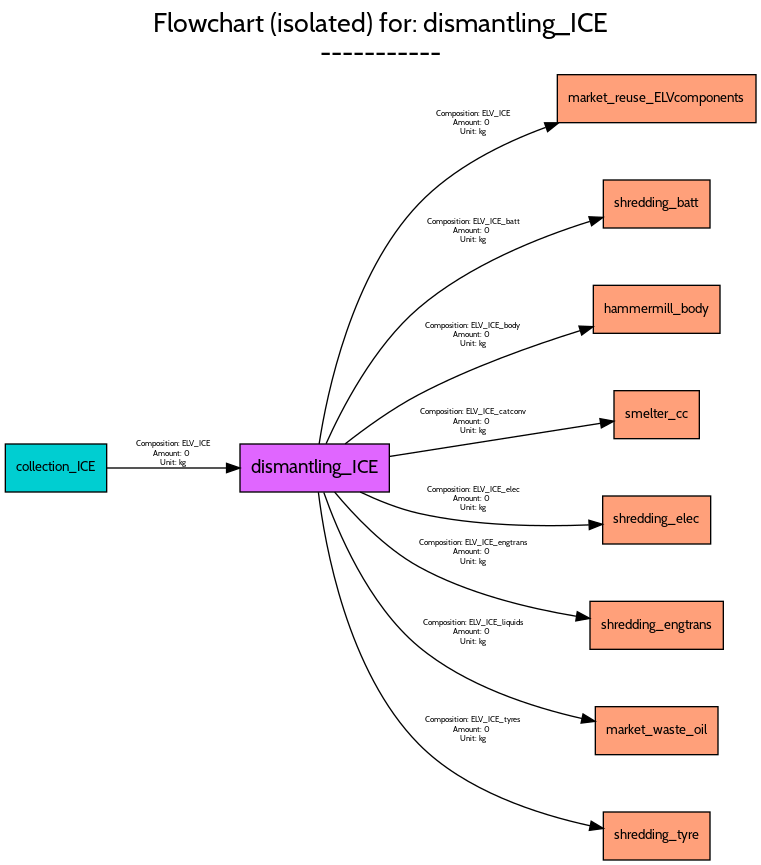
Earlier version of the Graphviz export src/examples/ELV/figures/flowcharts/processes/png/dismantling_ICE.png (FutuRaM-Project/Recovery-Model). Its source is kept beside it as src/examples/ELV/figures/flowcharts/processes/dot/dismantling_ICE.dot.
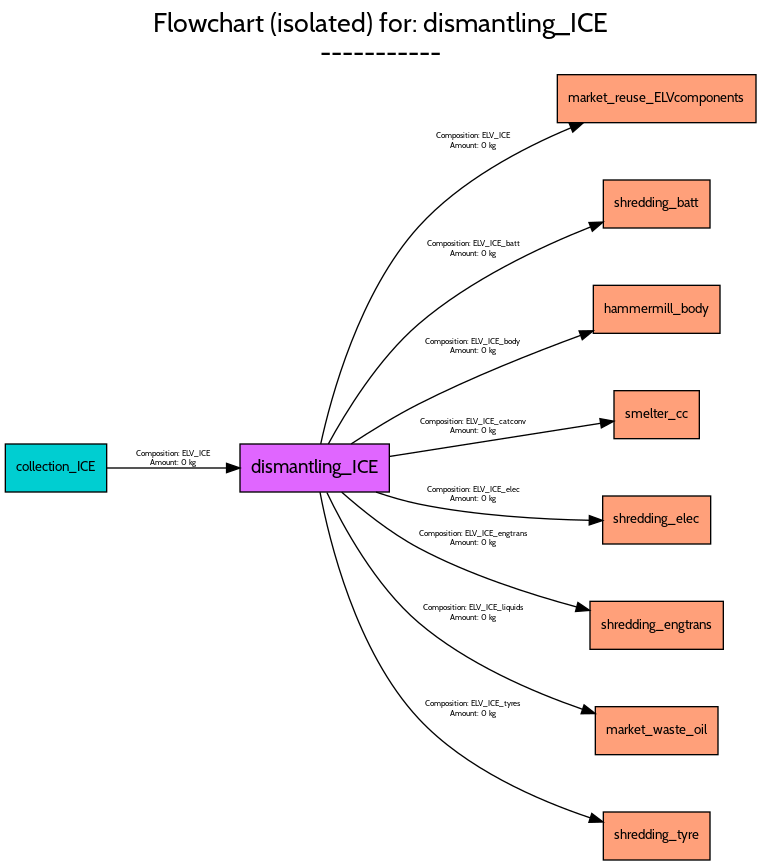
Above is the later version.

The edit, as a diff of the source:
```diff
@@ -35,10 +35,9 @@
 		fontname=Cabin,
 		fontsize=6,
 		label="Composition: ELV_ICE
-Amount: 0
-Unit: kg",
-		lp="351,552.5",
-		pos="e,414.97,552.91 235.35,312.03 241.2,350.06 259.74,439.27 310,492 335.63,518.89 372.06,537.26 405.25,549.47"];
+Amount: 0 kg",
+		lp="351,539",
+		pos="e,433.53,552.94 236.54,312.07 244.24,347.27 265.53,425.89 310,475 340.89,509.12 386.82,533.5 424.22,549.15"];
 	shredding_batt	[fillcolor=lightsalmon1,
 		fontname=Cabin,
 		fontsize=10,
@@ -51,10 +50,9 @@
 		fontname=Cabin,
 		fontsize=6,
 		label="Composition: ELV_ICE_batt
-Amount: 0
-Unit: kg",
-		lp="351,471.5",
-		pos="e,448.25,481.97 240.57,312.23 252.09,338.01 276.32,385.21 310,414 347.47,446.02 400.14,466.93 438.37,478.96"];
+Amount: 0 kg",
+		lp="351,458",
+		pos="e,448.3,478.46 242.29,312.1 254.97,335.37 279.62,375.87 310,402 348.4,435.02 401.01,459.74 438.98,474.83"];
 	hammermill_body	[fillcolor=lightsalmon1,
 		fontname=Cabin,
 		fontsize=10,
@@ -67,10 +65,9 @@
 		fontname=Cabin,
 		fontsize=6,
 		label="Composition: ELV_ICE_body
-Amount: 0
-Unit: kg",
-		lp="351,393.5",
-		pos="e,440.81,400.01 254.85,312.08 269.72,323.75 290.22,338.62 310,349 348.71,369.31 395.3,385.84 431.03,397.01"];
+Amount: 0 kg",
+		lp="351,385",
+		pos="e,440.92,396.93 259.41,312.08 273.97,321.63 292.58,333.17 310,342 349.38,361.95 395.75,380.33 431.21,393.39"];
 	smelter_cc	[fillcolor=lightsalmon1,
 		fontname=Cabin,
 		fontsize=10,
@@ -83,9 +80,8 @@
 		fontname=Cabin,
 		fontsize=6,
 		label="Composition: ELV_ICE_catconv
-Amount: 0
-Unit: kg",
-		lp="351,328.5",
+Amount: 0 kg",
+		lp="351,325",
 		pos="e,456.36,329.11 288.22,302.68 335.76,310.15 403.3,320.77 446.26,327.52"];
 	shredding_elec	[fillcolor=lightsalmon1,
 		fontname=Cabin,
@@ -99,10 +95,9 @@
 		fontname=Cabin,
 		fontsize=6,
 		label="Composition: ELV_ICE_elec
-Amount: 0
-Unit: kg",
-		lp="351,270.5",
-		pos="e,447.83,251.79 266.14,275.99 279.39,269.71 295.03,263.38 310,260 352.29,250.46 401.67,249.89 437.6,251.32"];
+Amount: 0 kg",
+		lp="351,274",
+		pos="e,447.96,254.64 278.03,275.94 288.38,272.42 299.45,269.16 310,267 352.55,258.27 401.91,255.51 437.76,254.8"];
 	shredding_engtrans	[fillcolor=lightsalmon1,
 		fontname=Cabin,
 		fontsize=10,
@@ -115,10 +110,9 @@
 		fontname=Cabin,
 		fontsize=6,
 		label="Composition: ELV_ICE_engtrans
-Amount: 0
-Unit: kg",
-		lp="351,230.5",
-		pos="e,438.29,181.21 246.94,275.99 261.03,259.02 284.35,234.15 310,220 346.43,199.9 392.08,188.84 427.97,182.85"];
+Amount: 0 kg",
+		lp="351,241",
+		pos="e,438.2,187.2 252.26,275.9 267.09,262.77 288.6,245.38 310,234 347.41,214.1 392.89,199.4 428.45,189.78"];
 	market_waste_oil	[fillcolor=lightsalmon1,
 		fontname=Cabin,
 		fontsize=10,
@@ -131,10 +125,9 @@
 		fontname=Cabin,
 		fontsize=6,
 		label="Composition: ELV_ICE_liquids
-Amount: 0
-Unit: kg",
-		lp="351,170.5",
-		pos="e,442.32,103.98 238.85,275.67 248.9,247.01 272.09,191.62 310,160 345.04,130.78 394.61,114.69 432.47,106.11"];
+Amount: 0 kg",
+		lp="351,185",
+		pos="e,442.43,109.82 241.17,275.61 253.1,250.59 277.46,205.77 310,178 345.83,147.42 395.12,126.16 432.66,113.12"];
 	shredding_tyre	[fillcolor=lightsalmon1,
 		fontname=Cabin,
 		fontsize=10,
@@ -147,10 +140,9 @@
 		fontname=Cabin,
 		fontsize=6,
 		label="Composition: ELV_ICE_tyres
-Amount: 0
-Unit: kg",
-		lp="351,97.5",
-		pos="e,448.49,23.646 234.79,275.87 239.62,236.28 256.44,141.35 310,87 344.58,51.905 399.06,34.288 438.54,25.692"];
+Amount: 0 kg",
+		lp="351,113",
+		pos="e,448.27,28.5 236,275.92 242.89,239.5 263.02,156.47 310,106 344.89,68.518 399.23,44.869 438.6,31.641"];
 	collection_ICE	[fillcolor=darkturquoise,
 		fontname=Cabin,
 		fontsize=10,
@@ -163,8 +155,7 @@
 		fontname=Cabin,
 		fontsize=6,
 		label="Composition: ELV_ICE
-Amount: 0
-Unit: kg",
-		lp="126,304.5",
+Amount: 0 kg",
+		lp="126,301",
 		pos="e,175.92,294 76.02,294 101.36,294 135.66,294 165.55,294"];
 }
```
